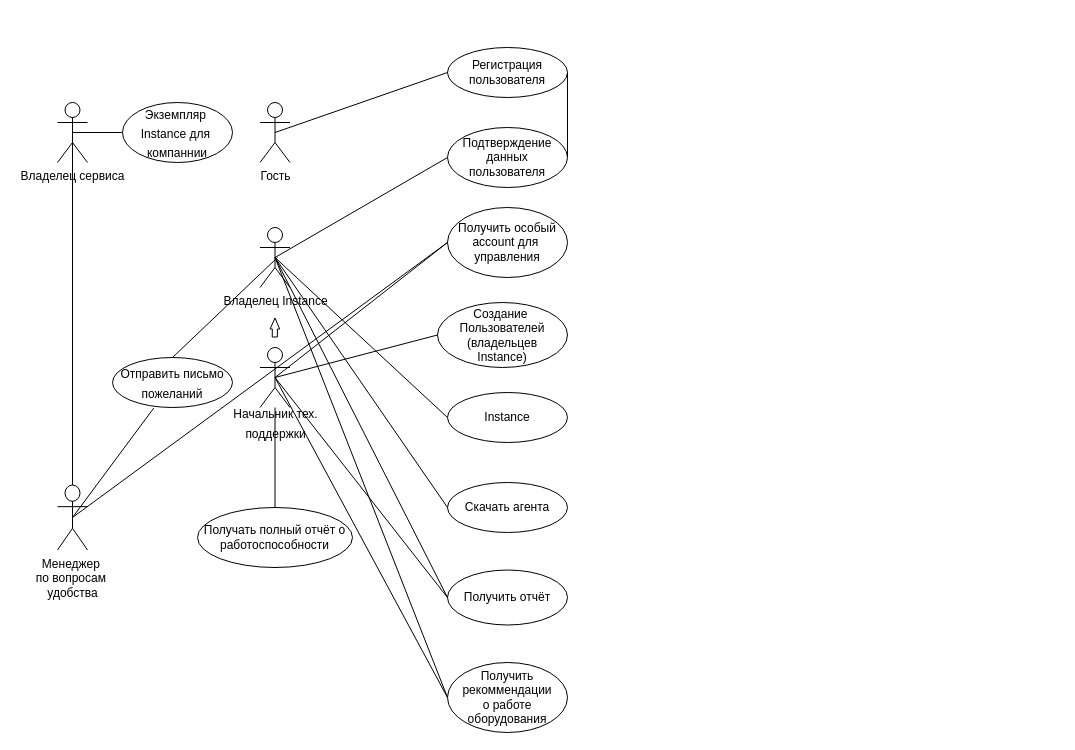
This is СТАРИС/schme.drawio from ARTSXXX/STUDY, a draw.io file, before an edit. Source tidied: cells renumbered, new cells numbered last; positions are measured from the earlier drawing's top-left corner, leaving out a move shared by most shapes. Both pictures are drawn from the tidied source at 100%, with x=0, y=0 at pixel (57, 47).
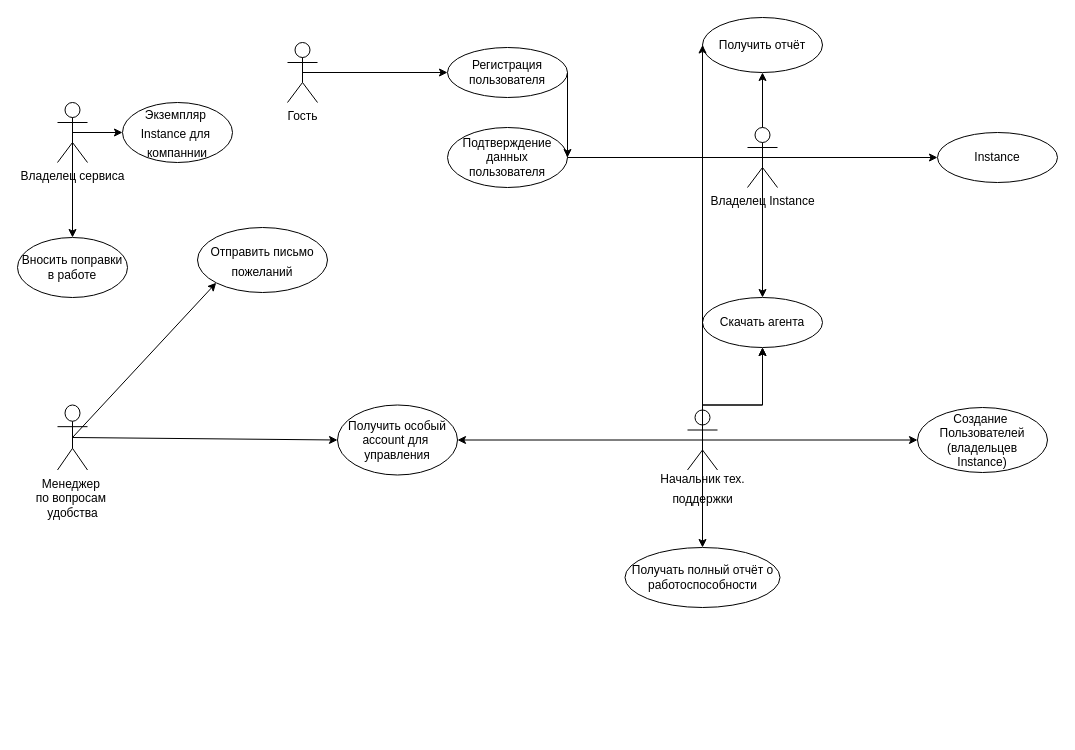
The same diagram, later.

The change refers to these unchanged cells:
```xml
<mxCell id="3" value="Регистрация пользователя" style="ellipse;whiteSpace=wrap;html=1;" parent="1" vertex="1">
  <mxGeometry x="390" width="120" height="50" as="geometry" />
</mxCell>
<mxCell id="4" value="Подтверждение данных пользователя" style="ellipse;whiteSpace=wrap;html=1;" parent="1" vertex="1">
  <mxGeometry x="390" y="80" width="120" height="60" as="geometry" />
</mxCell>
<mxCell id="22" value="Владелец сервиса" style="shape=umlActor;verticalLabelPosition=bottom;verticalAlign=top;html=1;outlineConnect=0;" parent="1" vertex="1">
  <mxGeometry y="55" width="30" height="60" as="geometry" />
</mxCell>
<mxCell id="31" value="&lt;span style=&quot;font-size: 12px;&quot;&gt;Экземпляр&amp;nbsp;&lt;br&gt;Instance для&amp;nbsp;&lt;br&gt;компаннии&lt;br&gt;&lt;/span&gt;" style="ellipse;whiteSpace=wrap;html=1;fontSize=16;" parent="1" vertex="1">
  <mxGeometry x="65" y="55" width="110" height="60" as="geometry" />
</mxCell>
```

Change to the diagram source:
```diff
@@
     <mxCell id="2" value="Гость&lt;br&gt;" style="shape=umlActor;verticalLabelPosition=bottom;verticalAlign=top;html=1;outlineConnect=0;" parent="1" vertex="1">
-      <mxGeometry x="202.5" y="55" width="30" height="60" as="geometry" />
+      <mxGeometry x="230" y="-5" width="30" height="60" as="geometry" />
     </mxCell>
@@
     <mxCell id="5" value="Владелец Instance" style="shape=umlActor;verticalLabelPosition=bottom;verticalAlign=top;html=1;outlineConnect=0;" parent="1" vertex="1">
-      <mxGeometry x="202.5" y="180" width="30" height="60" as="geometry" />
+      <mxGeometry x="690" y="80" width="30" height="60" as="geometry" />
     </mxCell>
     <mxCell id="6" value="Скачать агента" style="ellipse;whiteSpace=wrap;html=1;" parent="1" vertex="1">
-      <mxGeometry x="390" y="435" width="120" height="50" as="geometry" />
+      <mxGeometry x="645" y="250" width="120" height="50" as="geometry" />
     </mxCell>
     <mxCell id="7" value="Получить отчёт" style="ellipse;whiteSpace=wrap;html=1;" parent="1" vertex="1">
-      <mxGeometry x="390" y="522.5" width="120" height="55" as="geometry" />
+      <mxGeometry x="645" y="-30" width="120" height="55" as="geometry" />
     </mxCell>
-    <mxCell id="8" value="Получить рекоммендации&lt;br&gt;о работе оборудования" style="ellipse;whiteSpace=wrap;html=1;" parent="1" vertex="1">
-      <mxGeometry x="390" y="615" width="120" height="70" as="geometry" />
-    </mxCell>
     <mxCell id="9" value="&amp;nbsp;" style="shape=umlActor;verticalLabelPosition=bottom;verticalAlign=top;html=1;outlineConnect=0;" parent="1" vertex="1">
-      <mxGeometry x="202.5" y="300" width="30" height="60" as="geometry" />
+      <mxGeometry x="630" y="362.5" width="30" height="60" as="geometry" />
     </mxCell>
-    <mxCell id="10" style="shape=flexArrow;endArrow=classic;html=1;rounded=0;endWidth=3.4782608695652177;endSize=3.3333333333333335;width=5.128205128205129;" parent="1" edge="1">
-      <mxGeometry relative="1" as="geometry">
-        <mxPoint x="217.3" y="290" as="sourcePoint" />
-        <mxPoint x="217.5" y="270" as="targetPoint" />
-      </mxGeometry>
-    </mxCell>
     <mxCell id="11" value="Получать полный отчёт о работоспособности" style="ellipse;whiteSpace=wrap;html=1;" parent="1" vertex="1">
-      <mxGeometry x="140" y="460" width="155" height="60" as="geometry" />
+      <mxGeometry x="567.5" y="500" width="155" height="60" as="geometry" />
     </mxCell>
     <mxCell id="12" value="Менеджер&amp;nbsp;&lt;br&gt;по вопросам&amp;nbsp;&lt;br&gt;удобства" style="shape=umlActor;verticalLabelPosition=bottom;verticalAlign=top;html=1;outlineConnect=0;" parent="1" vertex="1">
-      <mxGeometry y="437.5" width="30" height="65" as="geometry" />
+      <mxGeometry y="357.5" width="30" height="65" as="geometry" />
     </mxCell>
-    <mxCell id="13" style="endArrow=none;html=1;rounded=0;entryX=0;entryY=0.5;entryDx=0;entryDy=0;exitX=0.5;exitY=0.5;exitDx=0;exitDy=0;exitPerimeter=0;" parent="1" edge="1" source="2" target="3">
-      <mxGeometry relative="1" as="geometry" />
-    </mxCell>
-    <mxCell id="14" style="endArrow=none;html=1;rounded=0;entryX=1;entryY=0.5;entryDx=0;entryDy=0;exitX=1;exitY=0.5;exitDx=0;exitDy=0;" parent="1" edge="1" source="3" target="4">
-      <mxGeometry relative="1" as="geometry" />
-    </mxCell>
-    <mxCell id="15" style="endArrow=none;html=1;rounded=0;exitX=0.5;exitY=0.5;exitDx=0;exitDy=0;exitPerimeter=0;entryX=0;entryY=0.5;entryDx=0;entryDy=0;" parent="1" edge="1" source="5" target="4">
-      <mxGeometry relative="1" as="geometry" />
+    <mxCell id="15" style="endArrow=none;html=1;rounded=0;exitX=0.5;exitY=0.5;exitDx=0;exitDy=0;exitPerimeter=0;" parent="1" edge="1" source="5">
+      <mxGeometry relative="1" as="geometry">
+        <mxPoint x="510" y="110" as="targetPoint" />
+      </mxGeometry>
     </mxCell>
-    <mxCell id="16" style="endArrow=none;html=1;rounded=0;exitX=0.5;exitY=0.5;exitDx=0;exitDy=0;exitPerimeter=0;entryX=0;entryY=0.5;entryDx=0;entryDy=0;" parent="1" edge="1" source="5" target="6">
-      <mxGeometry relative="1" as="geometry" />
-    </mxCell>
-    <mxCell id="17" style="endArrow=none;html=1;rounded=0;exitX=0.5;exitY=0.5;exitDx=0;exitDy=0;exitPerimeter=0;entryX=0;entryY=0.5;entryDx=0;entryDy=0;" parent="1" edge="1" source="5" target="7">
-      <mxGeometry relative="1" as="geometry" />
-    </mxCell>
-    <mxCell id="18" style="endArrow=none;html=1;rounded=0;exitX=0.5;exitY=0.5;exitDx=0;exitDy=0;exitPerimeter=0;entryX=0;entryY=0.5;entryDx=0;entryDy=0;" parent="1" edge="1" source="5" target="8">
-      <mxGeometry relative="1" as="geometry" />
-    </mxCell>
-    <mxCell id="19" style="endArrow=none;html=1;rounded=0;exitX=0.5;exitY=0.5;exitDx=0;exitDy=0;exitPerimeter=0;entryX=0;entryY=0.5;entryDx=0;entryDy=0;" parent="1" edge="1" source="9" target="7">
-      <mxGeometry relative="1" as="geometry" />
-    </mxCell>
-    <mxCell id="20" style="endArrow=none;html=1;rounded=0;exitX=0.5;exitY=0;exitDx=0;exitDy=0;" parent="1" edge="1" source="11" target="9">
-      <mxGeometry relative="1" as="geometry" />
-    </mxCell>
-    <mxCell id="21" style="endArrow=none;html=1;rounded=0;exitX=0.5;exitY=0.5;exitDx=0;exitDy=0;exitPerimeter=0;entryX=0;entryY=0.5;entryDx=0;entryDy=0;" parent="1" edge="1" source="9" target="8">
-      <mxGeometry relative="1" as="geometry" />
-    </mxCell>
@@
     <mxCell id="23" value="&lt;span style=&quot;font-size: 12px;&quot;&gt;Отправить письмо пожеланий&lt;/span&gt;" style="ellipse;whiteSpace=wrap;html=1;fontSize=16;" parent="1" vertex="1">
-      <mxGeometry x="55" y="310" width="120" height="50" as="geometry" />
+      <mxGeometry x="140" y="180" width="130" height="65" as="geometry" />
     </mxCell>
-    <mxCell id="24" style="endArrow=none;html=1;rounded=0;exitX=0.5;exitY=0;exitDx=0;exitDy=0;" parent="1" edge="1" source="23">
-      <mxGeometry relative="1" as="geometry">
-        <mxPoint x="220" y="210" as="targetPoint" />
-      </mxGeometry>
-    </mxCell>
-    <mxCell id="25" style="endArrow=none;html=1;rounded=0;entryX=0.344;entryY=1.011;entryDx=0;entryDy=0;entryPerimeter=0;exitX=0.5;exitY=0.5;exitDx=0;exitDy=0;exitPerimeter=0;" parent="1" edge="1" source="12" target="23">
-      <mxGeometry relative="1" as="geometry" />
-    </mxCell>
-    <mxCell id="26" style="endArrow=none;html=1;rounded=0;exitX=0.5;exitY=0;exitDx=0;exitDy=0;exitPerimeter=0;entryX=0.5;entryY=0.5;entryDx=0;entryDy=0;entryPerimeter=0;" parent="1" edge="1" source="12" target="22">
-      <mxGeometry relative="1" as="geometry" />
-    </mxCell>
+    <mxCell id="37" style="edgeStyle=orthogonalEdgeStyle;rounded=0;jettySize=auto;html=1;" parent="1" edge="1" source="27" target="6">
+      <mxGeometry relative="1" as="geometry" />
+    </mxCell>
+    <mxCell id="38" style="edgeStyle=orthogonalEdgeStyle;rounded=0;jettySize=auto;html=1;" parent="1" edge="1" source="27" target="6">
+      <mxGeometry relative="1" as="geometry" />
+    </mxCell>
     <mxCell id="27" value="&lt;span style=&quot;font-size: 12px;&quot;&gt;Начальник тех.&lt;br&gt;поддержки&lt;br&gt;&lt;/span&gt;" style="text;html=1;align=center;verticalAlign=middle;points=[];strokeColor=none;fillColor=none;fontSize=16;" parent="1" vertex="1">
-      <mxGeometry x="162.5" y="350" width="110" height="50" as="geometry" />
+      <mxGeometry x="590" y="415" width="110" height="50" as="geometry" />
     </mxCell>
-    <mxCell id="28" style="endArrow=none;html=1;rounded=0;exitX=0.5;exitY=0.5;exitDx=0;exitDy=0;exitPerimeter=0;" parent="1" edge="1" source="22" target="31">
-      <mxGeometry relative="1" as="geometry" />
-    </mxCell>
-    <mxCell id="29" style="endArrow=none;html=1;rounded=0;exitX=0.5;exitY=0.5;exitDx=0;exitDy=0;exitPerimeter=0;entryX=0;entryY=0.5;entryDx=0;entryDy=0;" parent="1" edge="1" source="9" target="30">
-      <mxGeometry relative="1" as="geometry" />
-    </mxCell>
     <mxCell id="30" value="Создание&amp;nbsp;&lt;br&gt;Пользователей&lt;br&gt;(владельцев&lt;br&gt;Instance)" style="ellipse;whiteSpace=wrap;html=1;" parent="1" vertex="1">
-      <mxGeometry x="380" y="255" width="130" height="65" as="geometry" />
+      <mxGeometry x="860" y="360" width="130" height="65" as="geometry" />
     </mxCell>
@@
     <mxCell id="32" value="Получить особый&lt;br&gt;account для&amp;nbsp;&lt;br&gt;управления" style="ellipse;whiteSpace=wrap;html=1;" parent="1" vertex="1">
-      <mxGeometry x="390" y="160" width="120" height="70" as="geometry" />
+      <mxGeometry x="280" y="357.5" width="120" height="70" as="geometry" />
     </mxCell>
+    <mxCell id="35" value="Instance" style="ellipse;whiteSpace=wrap;html=1;" parent="1" vertex="1">
+      <mxGeometry x="880" y="85" width="120" height="50" as="geometry" />
+    </mxCell>
+    <mxCell id="39" value="Вносить поправки&lt;br&gt;в работе" style="ellipse;whiteSpace=wrap;html=1;" parent="1" vertex="1">
+      <mxGeometry x="-40" y="190" width="110" height="60" as="geometry" />
+    </mxCell>
+    <mxCell id="25" style="endArrow=classic;html=1;rounded=0;exitX=0.5;exitY=0.5;exitDx=0;exitDy=0;exitPerimeter=0;entryX=0;entryY=1;entryDx=0;entryDy=0;" parent="1" edge="1" source="12" target="23">
+      <mxGeometry relative="1" as="geometry" />
+    </mxCell>
+    <mxCell id="40" style="endArrow=classic;html=1;rounded=0;exitX=0.5;exitY=0.5;exitDx=0;exitDy=0;exitPerimeter=0;entryX=0.5;entryY=0;entryDx=0;entryDy=0;" parent="1" edge="1" source="22" target="39">
+      <mxGeometry relative="1" as="geometry" />
+    </mxCell>
+    <mxCell id="28" style="endArrow=classic;html=1;rounded=0;exitX=0.5;exitY=0.5;exitDx=0;exitDy=0;exitPerimeter=0;entryX=0;entryY=0.5;entryDx=0;entryDy=0;" parent="1" edge="1" source="22" target="31">
+      <mxGeometry relative="1" as="geometry" />
+    </mxCell>
+    <mxCell id="34" style="endArrow=classic;html=1;rounded=0;exitX=0.5;exitY=0.5;exitDx=0;exitDy=0;exitPerimeter=0;entryX=0;entryY=0.5;entryDx=0;entryDy=0;" parent="1" edge="1" source="12" target="32">
+      <mxGeometry relative="1" as="geometry" />
+    </mxCell>
+    <mxCell id="14" style="endArrow=classic;html=1;rounded=0;exitX=1;exitY=0.5;exitDx=0;exitDy=0;entryX=1;entryY=0.5;entryDx=0;entryDy=0;" parent="1" edge="1" source="3" target="4">
+      <mxGeometry relative="1" as="geometry" />
+    </mxCell>
+    <mxCell id="13" style="endArrow=classic;html=1;rounded=0;exitX=0.5;exitY=0.5;exitDx=0;exitDy=0;exitPerimeter=0;entryX=0;entryY=0.5;entryDx=0;entryDy=0;" parent="1" edge="1" source="2" target="3">
+      <mxGeometry relative="1" as="geometry" />
+    </mxCell>
+    <mxCell id="41" style="endArrow=classic;html=1;rounded=0;entryX=0;entryY=0.5;entryDx=0;entryDy=0;" parent="1" edge="1" target="7">
+      <mxGeometry relative="1" as="geometry">
+        <mxPoint x="645" y="370" as="sourcePoint" />
+      </mxGeometry>
+    </mxCell>
+    <mxCell id="16" style="endArrow=classic;html=1;rounded=0;exitX=0.5;exitY=0.5;exitDx=0;exitDy=0;exitPerimeter=0;entryX=0.5;entryY=0;entryDx=0;entryDy=0;" parent="1" edge="1" source="5" target="6">
+      <mxGeometry relative="1" as="geometry" />
+    </mxCell>
+    <mxCell id="29" style="endArrow=classic;html=1;rounded=0;entryX=0;entryY=0.5;entryDx=0;entryDy=0;exitX=0.5;exitY=0.5;exitDx=0;exitDy=0;exitPerimeter=0;" parent="1" edge="1" source="9" target="30">
+      <mxGeometry relative="1" as="geometry" />
+    </mxCell>
+    <mxCell id="42" style="endArrow=classic;html=1;rounded=0;entryX=0.5;entryY=0;entryDx=0;entryDy=0;" parent="1" edge="1" target="11">
+      <mxGeometry relative="1" as="geometry">
+        <mxPoint x="645" y="400" as="sourcePoint" />
+      </mxGeometry>
+    </mxCell>
+    <mxCell id="36" style="endArrow=classic;html=1;rounded=0;entryX=0;entryY=0.5;entryDx=0;entryDy=0;exitX=0.5;exitY=0.5;exitDx=0;exitDy=0;exitPerimeter=0;" parent="1" edge="1" source="5" target="35">
+      <mxGeometry relative="1" as="geometry" />
+    </mxCell>
+    <mxCell id="17" style="endArrow=classic;html=1;rounded=0;entryX=0.5;entryY=1;entryDx=0;entryDy=0;exitX=0.5;exitY=0;exitDx=0;exitDy=0;exitPerimeter=0;" parent="1" edge="1" source="5" target="7">
+      <mxGeometry relative="1" as="geometry" />
+    </mxCell>
-    <mxCell id="33" style="endArrow=none;html=1;rounded=0;entryX=0;entryY=0.5;entryDx=0;entryDy=0;exitX=0.5;exitY=0.5;exitDx=0;exitDy=0;exitPerimeter=0;" parent="1" edge="1" source="9" target="32">
+    <mxCell id="33" style="endArrow=classic;html=1;rounded=0;exitX=0.5;exitY=0.5;exitDx=0;exitDy=0;exitPerimeter=0;entryX=1;entryY=0.5;entryDx=0;entryDy=0;" parent="1" edge="1" source="9" target="32">
       <mxGeometry relative="1" as="geometry" />
     </mxCell>
-    <mxCell id="34" style="endArrow=none;html=1;rounded=0;entryX=0;entryY=0.5;entryDx=0;entryDy=0;exitX=0.5;exitY=0.5;exitDx=0;exitDy=0;exitPerimeter=0;" parent="1" edge="1" source="12" target="32">
-      <mxGeometry relative="1" as="geometry" />
-    </mxCell>
-    <mxCell id="35" value="Instance" style="ellipse;whiteSpace=wrap;html=1;" parent="1" vertex="1">
-      <mxGeometry x="390" y="345" width="120" height="50" as="geometry" />
-    </mxCell>
-    <mxCell id="36" style="endArrow=none;html=1;rounded=0;entryX=0;entryY=0.5;entryDx=0;entryDy=0;exitX=0.5;exitY=0.5;exitDx=0;exitDy=0;exitPerimeter=0;" parent="1" edge="1" source="5" target="35">
-      <mxGeometry relative="1" as="geometry" />
-    </mxCell>
```
